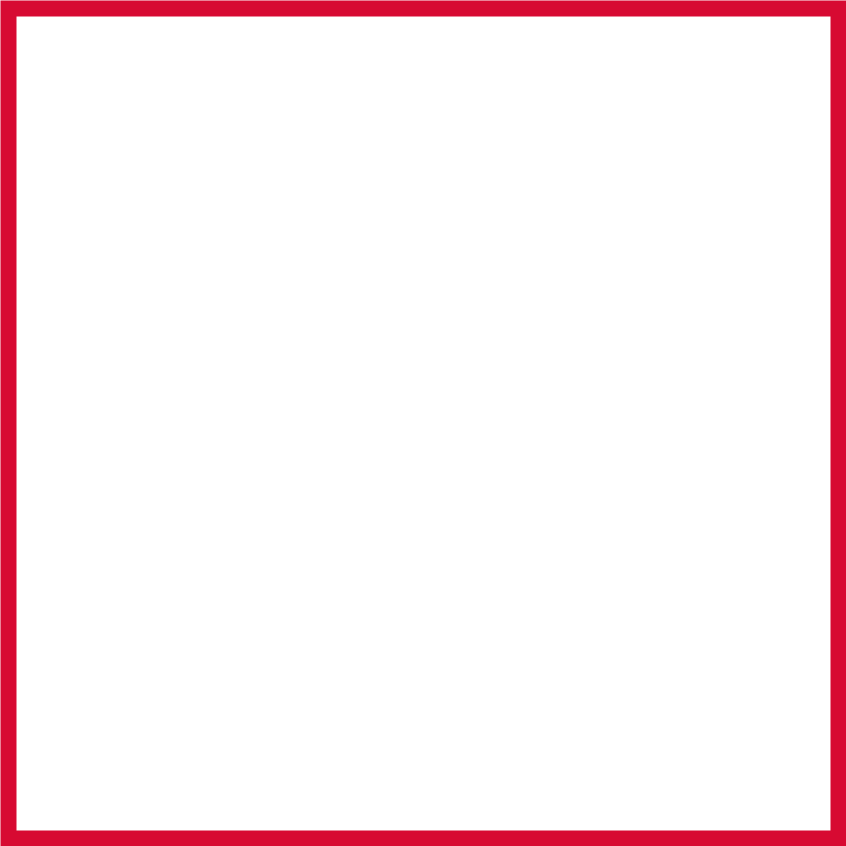
This is red_empty_square.png from FlavioLeccese92/icons, a draw.io export, as it was before one commit. Source tidied: cells renumbered, new cells last; positions are measured from the earlier drawing's top-left corner, leaving out a move shared by most shapes.
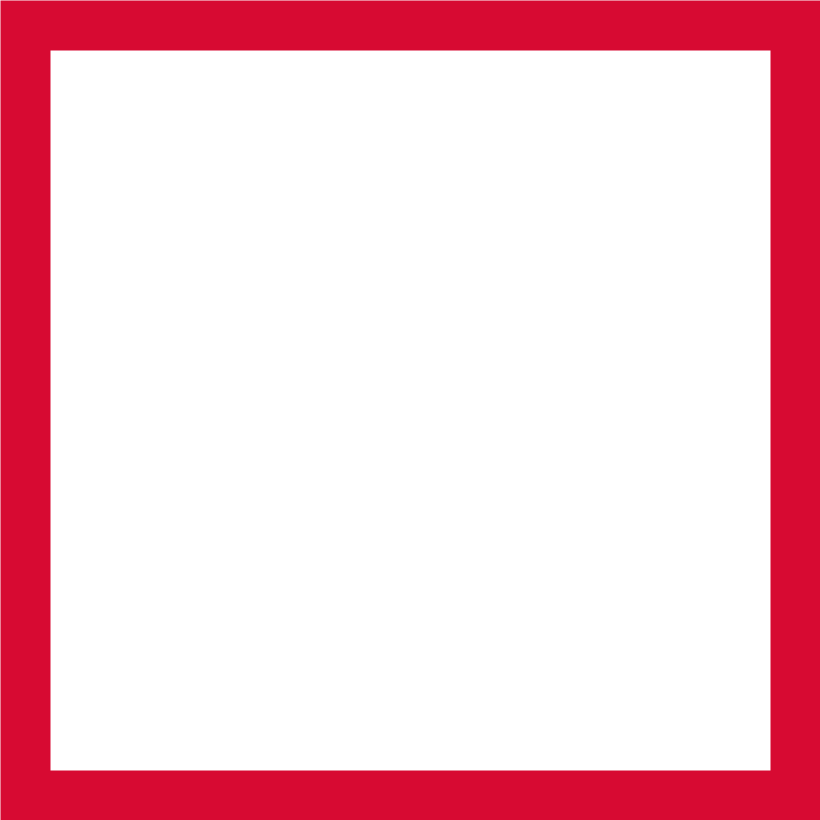
The same file after the commit.

What changed in the source:
```diff
@@ -2,8 +2,8 @@
   <root>
     <mxCell id="0" />
     <mxCell id="1" parent="0" />
-    <mxCell id="2" style="rounded=0;whiteSpace=wrap;html=1;fillColor=none;strokeColor=#D70A32;strokeWidth=16;" parent="1" vertex="1">
-      <mxGeometry width="830" height="830" as="geometry" />
+    <mxCell id="2" style="rounded=0;whiteSpace=wrap;html=1;fillColor=none;strokeColor=#D70A32;strokeWidth=50;" parent="1" vertex="1">
+      <mxGeometry width="770" height="770" as="geometry" />
     </mxCell>
   </root>
 </mxGraphModel>
```
